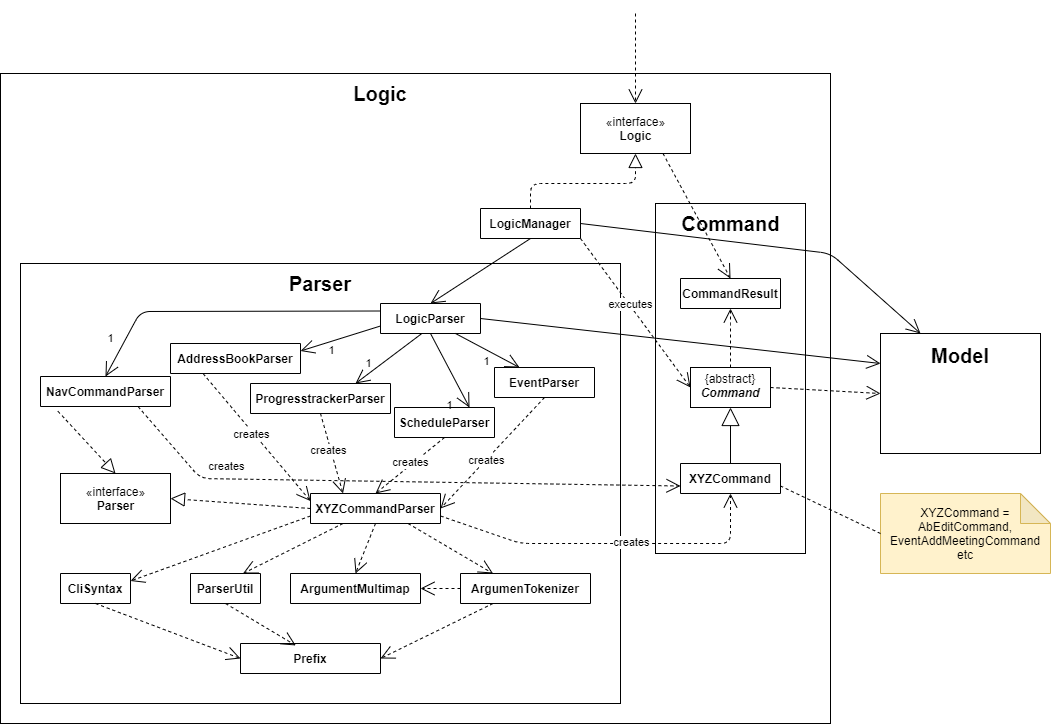
Earlier version of the draw.io export docs/images/LogicClassDiagram.png (xCelestialPhoenix/main). Source tidied: cells renumbered, new cells last; positions are measured from the earlier drawing's top-left corner, leaving out a move shared by most shapes. The source it was exported from:
```xml
<mxGraphModel>
  <root>
    <mxCell id="0" />
    <mxCell id="1" parent="0" />
    <mxCell id="2" style="rounded=0;whiteSpace=wrap;html=1;" parent="1" vertex="1">
      <mxGeometry y="60" width="830" height="650" as="geometry" />
    </mxCell>
    <mxCell id="3" value="&lt;p&gt;&lt;font style=&quot;font-size: 20px&quot;&gt;&lt;b&gt;Logic&lt;/b&gt;&lt;/font&gt;&lt;/p&gt;" style="text;html=1;strokeColor=none;fillColor=none;align=center;verticalAlign=middle;whiteSpace=wrap;rounded=0;fontFamily=Arial;" parent="1" vertex="1">
      <mxGeometry x="360" y="70" width="40" height="20" as="geometry" />
    </mxCell>
    <mxCell id="4" style="rounded=0;whiteSpace=wrap;html=1;" parent="1" vertex="1">
      <mxGeometry x="880" y="320" width="160" height="120" as="geometry" />
    </mxCell>
    <mxCell id="5" value="&lt;font face=&quot;Arial&quot; size=&quot;1&quot;&gt;&lt;b style=&quot;font-size: 20px&quot;&gt;Model&lt;/b&gt;&lt;/font&gt;" style="text;html=1;strokeColor=none;fillColor=none;align=center;verticalAlign=middle;whiteSpace=wrap;rounded=0;" parent="1" vertex="1">
      <mxGeometry x="920" y="330" width="80" height="24" as="geometry" />
    </mxCell>
    <mxCell id="6" value="&lt;font face=&quot;Arial&quot;&gt;«interface»&lt;br&gt;&lt;b&gt;Logic&lt;/b&gt;&lt;/font&gt;" style="html=1;" parent="1" vertex="1">
      <mxGeometry x="580" y="90" width="110" height="50" as="geometry" />
    </mxCell>
    <mxCell id="7" style="rounded=0;whiteSpace=wrap;html=1;" parent="1" vertex="1">
      <mxGeometry x="655" y="190" width="150" height="350" as="geometry" />
    </mxCell>
    <mxCell id="8" value="&lt;p&gt;&lt;font style=&quot;font-size: 20px&quot;&gt;&lt;b&gt;Command&lt;/b&gt;&lt;/font&gt;&lt;/p&gt;" style="text;html=1;strokeColor=none;fillColor=none;align=center;verticalAlign=middle;whiteSpace=wrap;rounded=0;fontFamily=Arial;" parent="1" vertex="1">
      <mxGeometry x="667.5" y="200" width="125" height="20" as="geometry" />
    </mxCell>
    <mxCell id="9" value="&lt;p style=&quot;margin: 5px&quot;&gt;{abstract}&lt;br&gt;&lt;b&gt;&lt;i&gt;Command&lt;/i&gt;&lt;/b&gt;&lt;/p&gt;" style="shape=rect;html=1;overflow=fill;whiteSpace=wrap;align=center;" parent="1" vertex="1">
      <mxGeometry x="690" y="354" width="80" height="40" as="geometry" />
    </mxCell>
    <mxCell id="10" style="rounded=0;whiteSpace=wrap;html=1;" parent="1" vertex="1">
      <mxGeometry x="20" y="250" width="600" height="440" as="geometry" />
    </mxCell>
    <mxCell id="11" value="&lt;font face=&quot;Arial&quot; style=&quot;font-size: 20px&quot;&gt;&lt;b&gt;Parser&lt;/b&gt;&lt;/font&gt;" style="text;html=1;strokeColor=none;fillColor=none;align=center;verticalAlign=middle;whiteSpace=wrap;rounded=0;" parent="1" vertex="1">
      <mxGeometry x="300" y="260" width="40" height="20" as="geometry" />
    </mxCell>
    <mxCell id="12" value="CommandResult" style="swimlane;fontStyle=1;horizontal=1;startSize=50;fillColor=none;" parent="1" vertex="1">
      <mxGeometry x="680" y="265" width="100" height="30" as="geometry" />
    </mxCell>
    <mxCell id="13" value="XYZCommand" style="swimlane;fontStyle=1;horizontal=1;startSize=50;fillColor=none;" parent="1" vertex="1">
      <mxGeometry x="680" y="450" width="100" height="30" as="geometry" />
    </mxCell>
    <mxCell id="14" value="&lt;font face=&quot;Arial&quot;&gt;«interface»&lt;br&gt;&lt;b&gt;Parser&lt;/b&gt;&lt;br&gt;&lt;/font&gt;" style="html=1;" parent="1" vertex="1">
      <mxGeometry x="60" y="460" width="110" height="50" as="geometry" />
    </mxCell>
    <mxCell id="15" value="LogicManager" style="swimlane;fontStyle=1;horizontal=1;startSize=50;fillColor=none;" parent="1" vertex="1">
      <mxGeometry x="480" y="195" width="100" height="30" as="geometry" />
    </mxCell>
    <mxCell id="16" style="endArrow=open;endSize=12;dashed=1;html=1;entryX=0.5;entryY=0;entryDx=0;entryDy=0;" parent="1" edge="1" target="6">
      <mxGeometry relative="1" as="geometry">
        <mxPoint x="635" as="sourcePoint" />
      </mxGeometry>
    </mxCell>
    <mxCell id="17" style="endArrow=block;dashed=1;endFill=0;endSize=12;html=1;entryX=0.5;entryY=1;entryDx=0;entryDy=0;exitX=0.5;exitY=0;exitDx=0;exitDy=0;" parent="1" edge="1" source="15" target="6">
      <mxGeometry relative="1" as="geometry">
        <Array as="points">
          <mxPoint x="530" y="170" />
          <mxPoint x="635" y="170" />
        </Array>
      </mxGeometry>
    </mxCell>
    <mxCell id="18" style="endArrow=open;endSize=12;dashed=1;html=1;entryX=0.5;entryY=0;entryDx=0;entryDy=0;exitX=0.75;exitY=1;exitDx=0;exitDy=0;" parent="1" edge="1" source="6" target="12">
      <mxGeometry relative="1" as="geometry" />
    </mxCell>
    <mxCell id="19" style="endArrow=open;endSize=12;dashed=1;html=1;entryX=0.5;entryY=1;entryDx=0;entryDy=0;exitX=0.5;exitY=0;exitDx=0;exitDy=0;" parent="1" edge="1" source="9" target="12">
      <mxGeometry x="0.15" y="-20" relative="1" as="geometry">
        <Array as="points">
          <mxPoint x="730" y="320" />
        </Array>
        <mxPoint x="-20" y="20" as="offset" />
      </mxGeometry>
    </mxCell>
    <mxCell id="20" style="endArrow=open;endSize=12;dashed=1;html=1;entryX=0;entryY=0.5;entryDx=0;entryDy=0;exitX=1;exitY=0.5;exitDx=0;exitDy=0;" parent="1" edge="1" source="9" target="4">
      <mxGeometry x="0.04" y="47" relative="1" as="geometry" />
    </mxCell>
    <mxCell id="21" style="endArrow=block;endSize=16;endFill=0;html=1;exitX=0.5;exitY=0;exitDx=0;exitDy=0;entryX=0.5;entryY=1;entryDx=0;entryDy=0;" parent="1" edge="1" source="13" target="9">
      <mxGeometry relative="1" as="geometry" />
    </mxCell>
    <mxCell id="22" style="endArrow=open;endSize=12;dashed=1;html=1;entryX=0;entryY=0.5;entryDx=0;entryDy=0;exitX=0.5;exitY=1;exitDx=0;exitDy=0;" parent="1" edge="1" source="46" target="42">
      <mxGeometry x="-0.07" y="-2" relative="1" as="geometry" />
    </mxCell>
    <mxCell id="23" style="endArrow=open;endSize=12;dashed=1;html=1;entryX=0.395;entryY=0.065;entryDx=0;entryDy=0;exitX=0.5;exitY=1;exitDx=0;exitDy=0;entryPerimeter=0;" parent="1" edge="1" source="45" target="42">
      <mxGeometry x="-0.07" y="-2" relative="1" as="geometry" />
    </mxCell>
    <mxCell id="24" style="endArrow=open;endSize=12;dashed=1;html=1;entryX=1;entryY=0.5;entryDx=0;entryDy=0;exitX=0;exitY=0.5;exitDx=0;exitDy=0;" parent="1" edge="1" source="44" target="43">
      <mxGeometry x="-0.07" y="-2" relative="1" as="geometry" />
    </mxCell>
    <mxCell id="25" style="endArrow=open;endSize=12;dashed=1;html=1;entryX=1;entryY=0.5;entryDx=0;entryDy=0;exitX=0.25;exitY=1;exitDx=0;exitDy=0;" parent="1" edge="1" source="44" target="42">
      <mxGeometry x="-0.07" y="-2" relative="1" as="geometry" />
    </mxCell>
    <mxCell id="26" style="endArrow=open;endFill=1;endSize=12;html=1;entryX=0.25;entryY=0;entryDx=0;entryDy=0;exitX=1;exitY=0.5;exitDx=0;exitDy=0;" parent="1" edge="1" source="15" target="4">
      <mxGeometry relative="1" as="geometry">
        <Array as="points">
          <mxPoint x="830" y="240" />
        </Array>
      </mxGeometry>
    </mxCell>
    <mxCell id="27" style="endArrow=open;endFill=1;endSize=12;html=1;entryX=0.5;entryY=0;entryDx=0;entryDy=0;exitX=0.5;exitY=1;exitDx=0;exitDy=0;" parent="1" edge="1" source="15" target="52">
      <mxGeometry relative="1" as="geometry" />
    </mxCell>
    <mxCell id="28" style="endArrow=open;endFill=1;endSize=12;html=1;exitX=1;exitY=0.5;exitDx=0;exitDy=0;entryX=0;entryY=0.25;entryDx=0;entryDy=0;" parent="1" edge="1" source="52" target="4">
      <mxGeometry relative="1" as="geometry" />
    </mxCell>
    <mxCell id="29" value="1" style="endArrow=open;endFill=1;endSize=12;html=1;exitX=0.75;exitY=1;exitDx=0;exitDy=0;entryX=0.25;entryY=0;entryDx=0;entryDy=0;" parent="1" edge="1" source="52" target="54">
      <mxGeometry x="0.12" y="-10" relative="1" as="geometry" />
    </mxCell>
    <mxCell id="30" value="1" style="endArrow=open;endFill=1;endSize=12;html=1;exitX=0.5;exitY=1;exitDx=0;exitDy=0;entryX=0.75;entryY=0;entryDx=0;entryDy=0;" parent="1" edge="1" source="52" target="55">
      <mxGeometry x="0.7" y="-17" relative="1" as="geometry" />
    </mxCell>
    <mxCell id="31" value="1" style="endArrow=open;endFill=1;endSize=12;html=1;exitX=0;exitY=0.75;exitDx=0;exitDy=0;entryX=1;entryY=0.25;entryDx=0;entryDy=0;" parent="1" edge="1" source="52" target="57">
      <mxGeometry x="0.29" y="9" relative="1" as="geometry" />
    </mxCell>
    <mxCell id="32" value="1" style="endArrow=open;endFill=1;endSize=12;html=1;entryX=0.5;entryY=0;entryDx=0;entryDy=0;exitX=0;exitY=0.25;exitDx=0;exitDy=0;" parent="1" edge="1" source="52" target="53">
      <mxGeometry x="0.77" y="-14" relative="1" as="geometry">
        <Array as="points">
          <mxPoint x="140" y="298" />
        </Array>
      </mxGeometry>
    </mxCell>
    <mxCell id="33" value="1" style="endArrow=open;endFill=1;endSize=12;html=1;entryX=0.75;entryY=0;entryDx=0;entryDy=0;exitX=0.408;exitY=1.014;exitDx=0;exitDy=0;exitPerimeter=0;" parent="1" edge="1" source="52" target="56">
      <mxGeometry x="0.47" y="-8" relative="1" as="geometry" />
    </mxCell>
    <mxCell id="34" value="creates" style="endArrow=open;endSize=12;dashed=1;html=1;entryX=0.25;entryY=0;entryDx=0;entryDy=0;exitX=0.5;exitY=1;exitDx=0;exitDy=0;" parent="1" edge="1" source="56" target="41">
      <mxGeometry x="-0.07" y="-2" relative="1" as="geometry" />
    </mxCell>
    <mxCell id="35" value="creates" style="endArrow=open;endSize=12;dashed=1;html=1;entryX=0.5;entryY=0;entryDx=0;entryDy=0;exitX=0.5;exitY=1;exitDx=0;exitDy=0;" parent="1" edge="1" source="55" target="41">
      <mxGeometry x="-0.07" y="-2" relative="1" as="geometry" />
    </mxCell>
    <mxCell id="36" value="creates" style="endArrow=open;endSize=12;dashed=1;html=1;entryX=1;entryY=0.5;entryDx=0;entryDy=0;exitX=0.5;exitY=1;exitDx=0;exitDy=0;" parent="1" edge="1" source="54" target="41">
      <mxGeometry x="0.13" y="1" relative="1" as="geometry" />
    </mxCell>
    <mxCell id="37" value="creates" style="endArrow=open;endSize=12;dashed=1;html=1;entryX=0;entryY=0.25;entryDx=0;entryDy=0;exitX=0.25;exitY=1;exitDx=0;exitDy=0;" parent="1" edge="1" source="57" target="41">
      <mxGeometry x="-0.07" y="-2" relative="1" as="geometry" />
    </mxCell>
    <mxCell id="38" style="endArrow=open;endSize=12;dashed=1;html=1;entryX=0.5;entryY=0;entryDx=0;entryDy=0;exitX=0.5;exitY=1;exitDx=0;exitDy=0;" parent="1" edge="1" source="41" target="43">
      <mxGeometry x="-0.07" y="-2" relative="1" as="geometry" />
    </mxCell>
    <mxCell id="39" style="endArrow=open;endSize=12;dashed=1;html=1;entryX=0.25;entryY=0;entryDx=0;entryDy=0;exitX=0.75;exitY=1;exitDx=0;exitDy=0;" parent="1" edge="1" source="41" target="44">
      <mxGeometry x="-0.07" y="-2" relative="1" as="geometry" />
    </mxCell>
    <mxCell id="40" style="endArrow=open;endSize=12;dashed=1;html=1;entryX=0.75;entryY=0;entryDx=0;entryDy=0;exitX=0.25;exitY=1;exitDx=0;exitDy=0;" parent="1" edge="1" source="41" target="45">
      <mxGeometry x="-0.07" y="-2" relative="1" as="geometry" />
    </mxCell>
    <mxCell id="41" value="XYZCommandParser" style="swimlane;fontStyle=1;horizontal=1;startSize=50;fillColor=none;" parent="1" vertex="1">
      <mxGeometry x="310" y="480" width="130" height="30" as="geometry" />
    </mxCell>
    <mxCell id="42" value="Prefix" style="swimlane;fontStyle=1;horizontal=1;startSize=50;fillColor=none;" parent="1" vertex="1">
      <mxGeometry x="240" y="630" width="140" height="30" as="geometry" />
    </mxCell>
    <mxCell id="43" value="ArgumentMultimap" style="swimlane;fontStyle=1;horizontal=1;startSize=50;fillColor=none;" parent="1" vertex="1">
      <mxGeometry x="290" y="560" width="130" height="30" as="geometry" />
    </mxCell>
    <mxCell id="44" value="ArgumenTokenizer" style="swimlane;fontStyle=1;horizontal=1;startSize=50;fillColor=none;" parent="1" vertex="1">
      <mxGeometry x="460" y="560" width="130" height="30" as="geometry" />
    </mxCell>
    <mxCell id="45" value="ParserUtil" style="swimlane;fontStyle=1;horizontal=1;startSize=50;fillColor=none;" parent="1" vertex="1">
      <mxGeometry x="190" y="560" width="70" height="30" as="geometry" />
    </mxCell>
    <mxCell id="46" value="CliSyntax" style="swimlane;fontStyle=1;horizontal=1;startSize=50;fillColor=none;" parent="1" vertex="1">
      <mxGeometry x="60" y="560" width="70" height="30" as="geometry" />
    </mxCell>
    <mxCell id="47" style="endArrow=open;endSize=12;dashed=1;html=1;entryX=1;entryY=0.25;entryDx=0;entryDy=0;exitX=0;exitY=0.75;exitDx=0;exitDy=0;" parent="1" edge="1" source="41" target="46">
      <mxGeometry x="-0.07" y="-2" relative="1" as="geometry" />
    </mxCell>
    <mxCell id="48" style="endArrow=block;dashed=1;endFill=0;endSize=12;html=1;entryX=1;entryY=0.5;entryDx=0;entryDy=0;exitX=0;exitY=0.5;exitDx=0;exitDy=0;" parent="1" edge="1" source="41" target="14">
      <mxGeometry relative="1" as="geometry" />
    </mxCell>
    <mxCell id="49" value="creates" style="endArrow=open;endSize=12;dashed=1;html=1;entryX=0.5;entryY=1;entryDx=0;entryDy=0;exitX=1;exitY=0.75;exitDx=0;exitDy=0;" parent="1" edge="1" source="41" target="13">
      <mxGeometry x="0.13" y="1" relative="1" as="geometry">
        <Array as="points">
          <mxPoint x="520" y="530" />
          <mxPoint x="640" y="530" />
          <mxPoint x="730" y="530" />
        </Array>
      </mxGeometry>
    </mxCell>
    <mxCell id="50" value="executes" style="endArrow=open;endSize=12;dashed=1;html=1;entryX=0;entryY=0.5;entryDx=0;entryDy=0;exitX=1;exitY=1;exitDx=0;exitDy=0;" parent="1" edge="1" source="15" target="9">
      <mxGeometry x="-0.11" y="2" relative="1" as="geometry">
        <mxPoint y="1" as="offset" />
      </mxGeometry>
    </mxCell>
    <mxCell id="51" style="endArrow=block;dashed=1;endFill=0;endSize=12;html=1;entryX=0.5;entryY=0;entryDx=0;entryDy=0;exitX=0.134;exitY=1.158;exitDx=0;exitDy=0;exitPerimeter=0;" parent="1" edge="1" source="53" target="14">
      <mxGeometry relative="1" as="geometry" />
    </mxCell>
    <mxCell id="52" value="LogicParser" style="swimlane;fontStyle=1;horizontal=1;startSize=50;fillColor=none;" parent="1" vertex="1">
      <mxGeometry x="380" y="290" width="100" height="30" as="geometry" />
    </mxCell>
    <mxCell id="53" value="NavCommandParser" style="swimlane;fontStyle=1;horizontal=1;startSize=50;fillColor=none;" parent="1" vertex="1">
      <mxGeometry x="40" y="363" width="130" height="30" as="geometry" />
    </mxCell>
    <mxCell id="54" value="EventParser" style="swimlane;fontStyle=1;horizontal=1;startSize=50;fillColor=none;" parent="1" vertex="1">
      <mxGeometry x="494" y="354" width="100" height="30" as="geometry" />
    </mxCell>
    <mxCell id="55" value="ScheduleParser" style="swimlane;fontStyle=1;horizontal=1;startSize=50;fillColor=none;" parent="1" vertex="1">
      <mxGeometry x="394" y="394" width="100" height="30" as="geometry" />
    </mxCell>
    <mxCell id="56" value="ProgresstrackerParser" style="swimlane;fontStyle=1;horizontal=1;startSize=50;fillColor=none;" parent="1" vertex="1">
      <mxGeometry x="250" y="370" width="140" height="30" as="geometry" />
    </mxCell>
    <mxCell id="57" value="AddressBookParser" style="swimlane;fontStyle=1;horizontal=1;startSize=50;fillColor=none;" parent="1" vertex="1">
      <mxGeometry x="170" y="330" width="130" height="30" as="geometry" />
    </mxCell>
    <mxCell id="58" value="creates" style="endArrow=open;endSize=12;dashed=1;html=1;exitX=0.75;exitY=1;exitDx=0;exitDy=0;entryX=0;entryY=0.75;entryDx=0;entryDy=0;" parent="1" edge="1" source="53" target="13">
      <mxGeometry x="-0.82" y="32" relative="1" as="geometry">
        <Array as="points">
          <mxPoint x="200" y="465" />
        </Array>
        <mxPoint x="30" y="42" as="offset" />
      </mxGeometry>
    </mxCell>
    <mxCell id="59" value="XYZCommand = AbEditCommand, EventAddMeetingCommand etc" style="shape=note;whiteSpace=wrap;html=1;backgroundOutline=1;darkOpacity=0.05;fillColor=#fff2cc;strokeColor=#d6b656;" parent="1" vertex="1">
      <mxGeometry x="880" y="480" width="170" height="80" as="geometry" />
    </mxCell>
    <mxCell id="60" style="endArrow=none;dashed=1;html=1;exitX=0;exitY=0.5;exitDx=0;exitDy=0;exitPerimeter=0;entryX=1;entryY=0.75;entryDx=0;entryDy=0;" parent="1" edge="1" source="59" target="13">
      <mxGeometry relative="1" as="geometry" />
    </mxCell>
  </root>
</mxGraphModel>
```
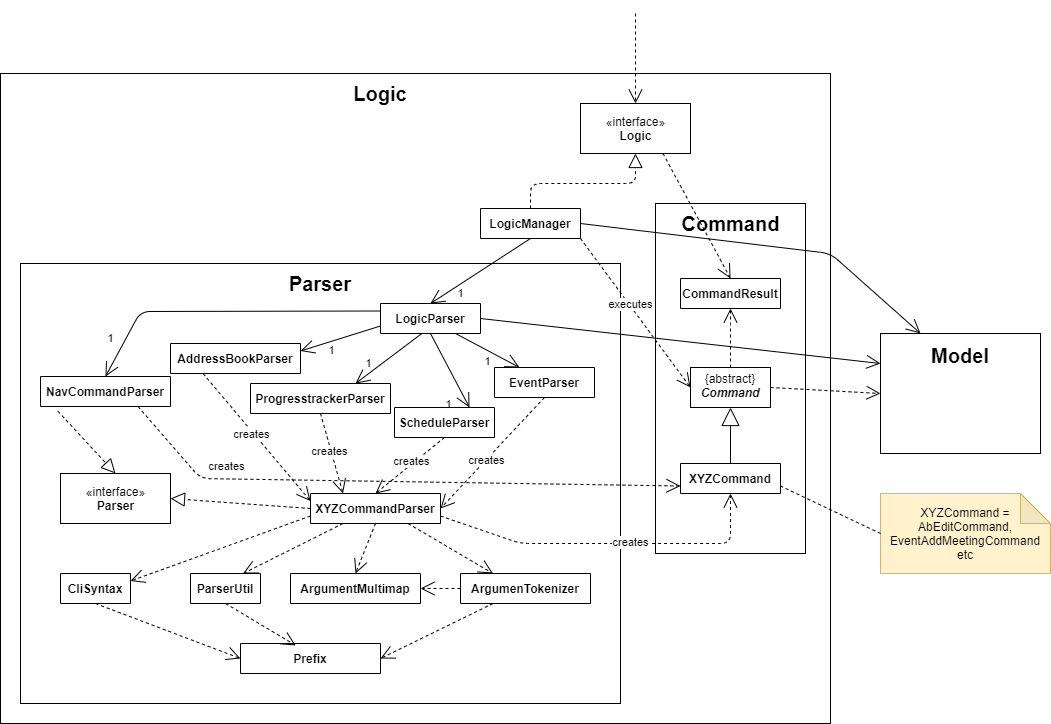
Above is the later version.

Commit message:
updated logic class diagram

Diff of the diagram source:
```diff
@@ -93,8 +93,8 @@
         </Array>
       </mxGeometry>
     </mxCell>
-    <mxCell id="27" style="endArrow=open;endFill=1;endSize=12;html=1;entryX=0.5;entryY=0;entryDx=0;entryDy=0;exitX=0.5;exitY=1;exitDx=0;exitDy=0;" parent="1" edge="1" source="15" target="52">
-      <mxGeometry relative="1" as="geometry" />
+    <mxCell id="27" value="1" style="endArrow=open;endFill=1;endSize=12;html=1;entryX=0.5;entryY=0;entryDx=0;entryDy=0;exitX=0.5;exitY=1;exitDx=0;exitDy=0;" parent="1" edge="1" source="15" target="52">
+      <mxGeometry x="0.49" y="8" relative="1" as="geometry" />
     </mxCell>
     <mxCell id="28" style="endArrow=open;endFill=1;endSize=12;html=1;exitX=1;exitY=0.5;exitDx=0;exitDy=0;entryX=0;entryY=0.25;entryDx=0;entryDy=0;" parent="1" edge="1" source="52" target="4">
       <mxGeometry relative="1" as="geometry" />
```
